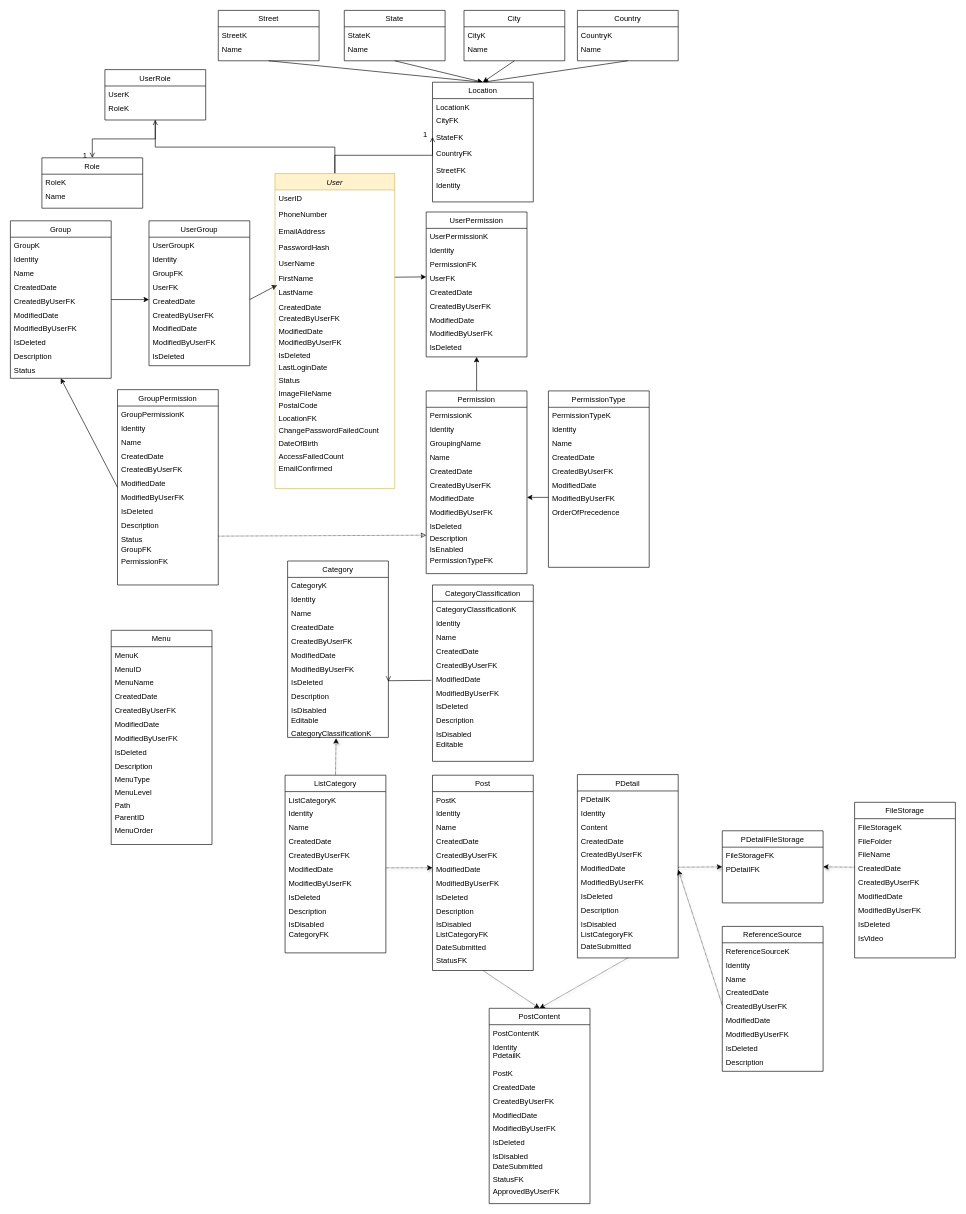
This is Untitled Diagram.drawio from KimPhiJSCDVLP/DemoGitHub, a draw.io file, before an edit. Source tidied: cells renumbered, new cells numbered last; positions are measured from the earlier drawing's top-left corner, leaving out a move shared by most shapes. Both pictures are drawn from the tidied source at 63%, with x=0, y=0 at pixel (10, 10).
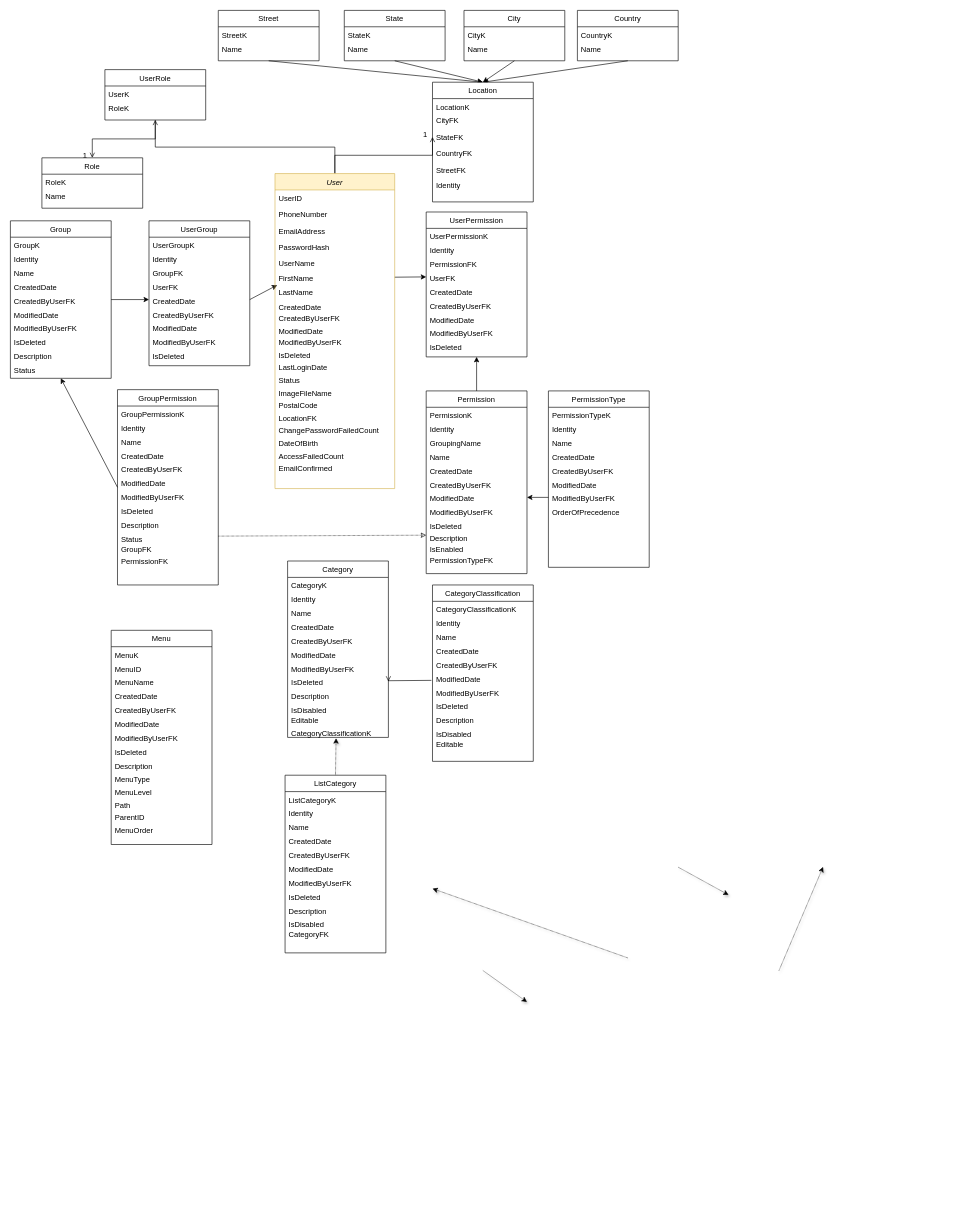
The same page after the edit.

Unchanged cells that the change refers to:
```xml
<mxCell id="180" value="ModifiedDate" style="text;align=left;verticalAlign=top;spacingLeft=4;spacingRight=4;overflow=hidden;points=[[0,0.5],[1,0.5]];portConstraint=eastwest;rounded=0;shadow=0;html=0;" parent="174" vertex="1">
  <mxGeometry y="136" width="160" height="22" as="geometry" />
</mxCell>
```

Diff of the diagram source:
```diff
@@
-    <mxCell id="158" value="Post" style="swimlane;fontStyle=0;align=center;verticalAlign=top;horizontal=1;startSize=26;rounded=0;shadow=0;strokeWidth=1;" parent="1" vertex="1">
-      <mxGeometry x="670" y="1214" width="160" height="310" as="geometry" />
-    </mxCell>
-    <mxCell id="159" value="PostK" style="text;align=left;verticalAlign=top;spacingLeft=4;spacingRight=4;overflow=hidden;" parent="158" vertex="1">
-      <mxGeometry y="26" width="160" height="22" as="geometry" />
-    </mxCell>
-    <mxCell id="160" value="Identity" style="text;align=left;verticalAlign=top;spacingLeft=4;spacingRight=4;overflow=hidden;rounded=0;shadow=0;html=0;" parent="158" vertex="1">
-      <mxGeometry y="48" width="160" height="22" as="geometry" />
-    </mxCell>
-    <mxCell id="161" value="Name" style="text;align=left;verticalAlign=top;spacingLeft=4;spacingRight=4;overflow=hidden;rounded=0;shadow=0;html=0;" parent="158" vertex="1">
-      <mxGeometry y="70" width="160" height="22" as="geometry" />
-    </mxCell>
-    <mxCell id="162" value="CreatedDate" style="text;align=left;verticalAlign=top;spacingLeft=4;spacingRight=4;overflow=hidden;rounded=0;shadow=0;html=0;" parent="158" vertex="1">
-      <mxGeometry y="92" width="160" height="22" as="geometry" />
-    </mxCell>
-    <mxCell id="163" value="CreatedByUserFK" style="text;align=left;verticalAlign=top;spacingLeft=4;spacingRight=4;overflow=hidden;rounded=0;shadow=0;html=0;" parent="158" vertex="1">
-      <mxGeometry y="114" width="160" height="22" as="geometry" />
-    </mxCell>
-    <mxCell id="164" value="ModifiedDate" style="text;align=left;verticalAlign=top;spacingLeft=4;spacingRight=4;overflow=hidden;points=[[0,0.5],[1,0.5]];portConstraint=eastwest;rounded=0;shadow=0;html=0;" parent="158" vertex="1">
-      <mxGeometry y="136" width="160" height="22" as="geometry" />
-    </mxCell>
-    <mxCell id="165" value="ModifiedByUserFK" style="text;align=left;verticalAlign=top;spacingLeft=4;spacingRight=4;overflow=hidden;rounded=0;shadow=0;html=0;" parent="158" vertex="1">
-      <mxGeometry y="158" width="160" height="22" as="geometry" />
-    </mxCell>
-    <mxCell id="166" value="IsDeleted" style="text;align=left;verticalAlign=top;spacingLeft=4;spacingRight=4;overflow=hidden;rounded=0;shadow=0;html=0;" parent="158" vertex="1">
-      <mxGeometry y="180" width="160" height="22" as="geometry" />
-    </mxCell>
-    <mxCell id="167" value="Description" style="text;align=left;verticalAlign=top;spacingLeft=4;spacingRight=4;overflow=hidden;rounded=0;shadow=0;html=0;" parent="158" vertex="1">
-      <mxGeometry y="202" width="160" height="22" as="geometry" />
-    </mxCell>
-    <mxCell id="168" value="IsDisabled" style="text;align=left;verticalAlign=top;spacingLeft=4;spacingRight=4;overflow=hidden;rounded=0;shadow=0;html=0;" parent="158" vertex="1">
-      <mxGeometry y="224" width="160" height="16" as="geometry" />
-    </mxCell>
-    <mxCell id="169" value="ListCategoryFK" style="text;align=left;verticalAlign=top;spacingLeft=4;spacingRight=4;overflow=hidden;rounded=0;shadow=0;html=0;" parent="158" vertex="1">
-      <mxGeometry y="240" width="160" height="20" as="geometry" />
-    </mxCell>
-    <mxCell id="170" value="DateSubmitted" style="text;align=left;verticalAlign=top;spacingLeft=4;spacingRight=4;overflow=hidden;rounded=0;shadow=0;html=0;" parent="158" vertex="1">
-      <mxGeometry y="260" width="160" height="20" as="geometry" />
-    </mxCell>
-    <mxCell id="171" value="StatusFK" style="text;align=left;verticalAlign=top;spacingLeft=4;spacingRight=4;overflow=hidden;rounded=0;shadow=0;html=0;" parent="158" vertex="1">
-      <mxGeometry y="280" width="160" height="20" as="geometry" />
-    </mxCell>
-    <mxCell id="172" style="endArrow=classic;html=1;shadow=1;dashed=1;dashPattern=1 1;entryX=0.5;entryY=0;entryDx=0;entryDy=0;exitX=0.5;exitY=1;exitDx=0;exitDy=0;" parent="1" edge="1" source="215" target="187">
-      <mxGeometry relative="1" as="geometry" />
+    <mxCell id="172" style="endArrow=classic;html=1;shadow=1;dashed=1;dashPattern=1 1;entryX=0.5;entryY=0;entryDx=0;entryDy=0;exitX=0.5;exitY=1;exitDx=0;exitDy=0;" parent="1" edge="1">
+      <mxGeometry relative="1" as="geometry">
+        <mxPoint x="980" y="1504" as="sourcePoint" />
+        <mxPoint x="670" y="1394" as="targetPoint" />
+      </mxGeometry>
     </mxCell>
-    <mxCell id="173" style="endArrow=classic;html=1;shadow=1;dashed=1;dashPattern=1 1;exitX=1;exitY=0.5;exitDx=0;exitDy=0;entryX=0;entryY=0.5;entryDx=0;entryDy=0;" parent="1" edge="1" source="180" target="164">
-      <mxGeometry relative="1" as="geometry" />
-    </mxCell>
@@
-    <mxCell id="186" style="endArrow=classic;html=1;shadow=1;dashed=1;dashPattern=1 1;exitX=0.5;exitY=1;exitDx=0;exitDy=0;entryX=0.5;entryY=0;entryDx=0;entryDy=0;" parent="1" edge="1" source="158" target="187">
-      <mxGeometry relative="1" as="geometry" />
+    <mxCell id="186" style="endArrow=classic;html=1;shadow=1;dashed=1;dashPattern=1 1;exitX=0.5;exitY=1;exitDx=0;exitDy=0;entryX=0.5;entryY=0;entryDx=0;entryDy=0;" parent="1" edge="1">
+      <mxGeometry relative="1" as="geometry">
+        <mxPoint x="750" y="1524" as="sourcePoint" />
+        <mxPoint x="820" y="1574" as="targetPoint" />
+      </mxGeometry>
     </mxCell>
-    <mxCell id="187" value="PostContent" style="swimlane;fontStyle=0;align=center;verticalAlign=top;horizontal=1;startSize=26;rounded=0;shadow=0;strokeWidth=1;" parent="1" vertex="1">
-      <mxGeometry x="760" y="1584" width="160" height="310" as="geometry" />
-    </mxCell>
-    <mxCell id="188" value="PostContentK" style="text;align=left;verticalAlign=top;spacingLeft=4;spacingRight=4;overflow=hidden;" parent="187" vertex="1">
-      <mxGeometry y="26" width="160" height="22" as="geometry" />
-    </mxCell>
-    <mxCell id="189" value="Identity&#10;PdetailK" style="text;align=left;verticalAlign=top;spacingLeft=4;spacingRight=4;overflow=hidden;rounded=0;shadow=0;html=0;" parent="187" vertex="1">
-      <mxGeometry y="48" width="160" height="42" as="geometry" />
-    </mxCell>
-    <mxCell id="190" value="PostK" style="text;align=left;verticalAlign=top;spacingLeft=4;spacingRight=4;overflow=hidden;rounded=0;shadow=0;html=0;" parent="187" vertex="1">
-      <mxGeometry y="90" width="160" height="22" as="geometry" />
-    </mxCell>
-    <mxCell id="191" value="CreatedDate" style="text;align=left;verticalAlign=top;spacingLeft=4;spacingRight=4;overflow=hidden;rounded=0;shadow=0;html=0;" parent="187" vertex="1">
-      <mxGeometry y="112" width="160" height="22" as="geometry" />
-    </mxCell>
-    <mxCell id="192" value="CreatedByUserFK" style="text;align=left;verticalAlign=top;spacingLeft=4;spacingRight=4;overflow=hidden;rounded=0;shadow=0;html=0;" parent="187" vertex="1">
-      <mxGeometry y="134" width="160" height="22" as="geometry" />
-    </mxCell>
-    <mxCell id="193" value="ModifiedDate" style="text;align=left;verticalAlign=top;spacingLeft=4;spacingRight=4;overflow=hidden;rounded=0;shadow=0;html=0;" parent="187" vertex="1">
-      <mxGeometry y="156" width="160" height="22" as="geometry" />
-    </mxCell>
-    <mxCell id="194" value="ModifiedByUserFK" style="text;align=left;verticalAlign=top;spacingLeft=4;spacingRight=4;overflow=hidden;rounded=0;shadow=0;html=0;" parent="187" vertex="1">
-      <mxGeometry y="178" width="160" height="22" as="geometry" />
-    </mxCell>
-    <mxCell id="195" value="IsDeleted" style="text;align=left;verticalAlign=top;spacingLeft=4;spacingRight=4;overflow=hidden;rounded=0;shadow=0;html=0;" parent="187" vertex="1">
-      <mxGeometry y="200" width="160" height="22" as="geometry" />
-    </mxCell>
-    <mxCell id="196" value="IsDisabled" style="text;align=left;verticalAlign=top;spacingLeft=4;spacingRight=4;overflow=hidden;rounded=0;shadow=0;html=0;" parent="187" vertex="1">
-      <mxGeometry y="222" width="160" height="16" as="geometry" />
-    </mxCell>
-    <mxCell id="197" value="DateSubmitted" style="text;align=left;verticalAlign=top;spacingLeft=4;spacingRight=4;overflow=hidden;rounded=0;shadow=0;html=0;" parent="187" vertex="1">
-      <mxGeometry y="238" width="160" height="20" as="geometry" />
-    </mxCell>
-    <mxCell id="198" value="StatusFK" style="text;align=left;verticalAlign=top;spacingLeft=4;spacingRight=4;overflow=hidden;rounded=0;shadow=0;html=0;" parent="187" vertex="1">
-      <mxGeometry y="258" width="160" height="20" as="geometry" />
-    </mxCell>
-    <mxCell id="199" value="ApprovedByUserFK" style="text;align=left;verticalAlign=top;spacingLeft=4;spacingRight=4;overflow=hidden;rounded=0;shadow=0;html=0;" parent="187" vertex="1">
-      <mxGeometry y="278" width="160" height="20" as="geometry" />
-    </mxCell>
-    <mxCell id="200" value="FileStorage" style="swimlane;fontStyle=0;align=center;verticalAlign=top;horizontal=1;startSize=26;rounded=0;shadow=0;strokeWidth=1;" parent="1" vertex="1">
-      <mxGeometry x="1340" y="1257" width="160" height="247" as="geometry" />
-    </mxCell>
-    <mxCell id="201" value="FileStorageK" style="text;align=left;verticalAlign=top;spacingLeft=4;spacingRight=4;overflow=hidden;" parent="200" vertex="1">
-      <mxGeometry y="26" width="160" height="22" as="geometry" />
-    </mxCell>
-    <mxCell id="202" value="FileFolder" style="text;align=left;verticalAlign=top;spacingLeft=4;spacingRight=4;overflow=hidden;rounded=0;shadow=0;html=0;" parent="200" vertex="1">
-      <mxGeometry y="48" width="160" height="22" as="geometry" />
-    </mxCell>
-    <mxCell id="203" value="FileName" style="text;align=left;verticalAlign=top;spacingLeft=4;spacingRight=4;overflow=hidden;rounded=0;shadow=0;html=0;" parent="200" vertex="1">
-      <mxGeometry y="70" width="160" height="22" as="geometry" />
-    </mxCell>
-    <mxCell id="204" value="CreatedDate" style="text;align=left;verticalAlign=top;spacingLeft=4;spacingRight=4;overflow=hidden;points=[[0,0.5],[1,0.5]];portConstraint=eastwest;rounded=0;shadow=0;html=0;" parent="200" vertex="1">
-      <mxGeometry y="92" width="160" height="22" as="geometry" />
-    </mxCell>
-    <mxCell id="205" value="CreatedByUserFK" style="text;align=left;verticalAlign=top;spacingLeft=4;spacingRight=4;overflow=hidden;rounded=0;shadow=0;html=0;" parent="200" vertex="1">
-      <mxGeometry y="114" width="160" height="22" as="geometry" />
-    </mxCell>
-    <mxCell id="206" value="ModifiedDate" style="text;align=left;verticalAlign=top;spacingLeft=4;spacingRight=4;overflow=hidden;rounded=0;shadow=0;html=0;" parent="200" vertex="1">
-      <mxGeometry y="136" width="160" height="22" as="geometry" />
-    </mxCell>
-    <mxCell id="207" value="ModifiedByUserFK" style="text;align=left;verticalAlign=top;spacingLeft=4;spacingRight=4;overflow=hidden;rounded=0;shadow=0;html=0;" parent="200" vertex="1">
-      <mxGeometry y="158" width="160" height="22" as="geometry" />
-    </mxCell>
-    <mxCell id="208" value="IsDeleted" style="text;align=left;verticalAlign=top;spacingLeft=4;spacingRight=4;overflow=hidden;rounded=0;shadow=0;html=0;" parent="200" vertex="1">
-      <mxGeometry y="180" width="160" height="22" as="geometry" />
-    </mxCell>
-    <mxCell id="209" value="IsVideo" style="text;align=left;verticalAlign=top;spacingLeft=4;spacingRight=4;overflow=hidden;rounded=0;shadow=0;html=0;" parent="200" vertex="1">
-      <mxGeometry y="202" width="160" height="22" as="geometry" />
-    </mxCell>
-    <mxCell id="210" style="endArrow=classic;html=1;shadow=1;dashed=1;dashPattern=1 1;exitX=1;exitY=0.5;exitDx=0;exitDy=0;entryX=0;entryY=0.5;entryDx=0;entryDy=0;" parent="1" edge="1" source="221" target="211">
-      <mxGeometry relative="1" as="geometry" />
+    <mxCell id="210" style="endArrow=classic;html=1;shadow=1;dashed=1;dashPattern=1 1;exitX=1;exitY=0.5;exitDx=0;exitDy=0;entryX=0;entryY=0.5;entryDx=0;entryDy=0;" parent="1" edge="1">
+      <mxGeometry relative="1" as="geometry">
+        <mxPoint x="1060" y="1360" as="sourcePoint" />
+        <mxPoint x="1140" y="1404" as="targetPoint" />
+      </mxGeometry>
     </mxCell>
-    <mxCell id="211" value="PDetailFileStorage" style="swimlane;fontStyle=0;align=center;verticalAlign=top;horizontal=1;startSize=26;rounded=0;shadow=0;strokeWidth=1;" parent="1" vertex="1">
-      <mxGeometry x="1130" y="1302.2" width="160" height="114.5" as="geometry" />
-    </mxCell>
-    <mxCell id="212" value="FileStorageFK" style="text;align=left;verticalAlign=top;spacingLeft=4;spacingRight=4;overflow=hidden;" parent="211" vertex="1">
-      <mxGeometry y="26" width="160" height="22" as="geometry" />
-    </mxCell>
-    <mxCell id="213" value="PDetailFK" style="text;align=left;verticalAlign=top;spacingLeft=4;spacingRight=4;overflow=hidden;rounded=0;shadow=0;html=0;" parent="211" vertex="1">
-      <mxGeometry y="48" width="160" height="22" as="geometry" />
-    </mxCell>
-    <mxCell id="214" style="endArrow=classic;html=1;shadow=1;dashed=1;dashPattern=1 1;exitX=0;exitY=0.5;exitDx=0;exitDy=0;entryX=1;entryY=0.5;entryDx=0;entryDy=0;" parent="1" edge="1" source="204" target="211">
-      <mxGeometry relative="1" as="geometry" />
+    <mxCell id="214" style="endArrow=classic;html=1;shadow=1;dashed=1;dashPattern=1 1;exitX=0;exitY=0.5;exitDx=0;exitDy=0;entryX=1;entryY=0.5;entryDx=0;entryDy=0;" parent="1" edge="1">
+      <mxGeometry relative="1" as="geometry">
+        <mxPoint x="1220" y="1524" as="sourcePoint" />
+        <mxPoint x="1290" y="1359.5" as="targetPoint" />
+      </mxGeometry>
     </mxCell>
-    <mxCell id="215" value="PDetail" style="swimlane;fontStyle=0;align=center;verticalAlign=top;horizontal=1;startSize=26;rounded=0;shadow=0;strokeWidth=1;" parent="1" vertex="1">
-      <mxGeometry x="900" y="1213" width="160" height="291" as="geometry" />
-    </mxCell>
-    <mxCell id="216" value="PDetailK" style="text;align=left;verticalAlign=top;spacingLeft=4;spacingRight=4;overflow=hidden;" parent="215" vertex="1">
-      <mxGeometry y="26" width="160" height="22" as="geometry" />
-    </mxCell>
-    <mxCell id="217" value="Identity" style="text;align=left;verticalAlign=top;spacingLeft=4;spacingRight=4;overflow=hidden;rounded=0;shadow=0;html=0;" parent="215" vertex="1">
-      <mxGeometry y="48" width="160" height="22" as="geometry" />
-    </mxCell>
-    <mxCell id="218" value="Content" style="text;align=left;verticalAlign=top;spacingLeft=4;spacingRight=4;overflow=hidden;rounded=0;shadow=0;html=0;" parent="215" vertex="1">
-      <mxGeometry y="70" width="160" height="22" as="geometry" />
-    </mxCell>
-    <mxCell id="219" value="CreatedDate" style="text;align=left;verticalAlign=top;spacingLeft=4;spacingRight=4;overflow=hidden;rounded=0;shadow=0;html=0;" parent="215" vertex="1">
-      <mxGeometry y="92" width="160" height="22" as="geometry" />
-    </mxCell>
-    <mxCell id="220" value="CreatedByUserFK" style="text;align=left;verticalAlign=top;spacingLeft=4;spacingRight=4;overflow=hidden;rounded=0;shadow=0;html=0;" parent="215" vertex="1">
-      <mxGeometry y="114" width="160" height="22" as="geometry" />
-    </mxCell>
-    <mxCell id="221" value="ModifiedDate" style="text;align=left;verticalAlign=top;spacingLeft=4;spacingRight=4;overflow=hidden;points=[[0,0.5],[1,0.5]];portConstraint=eastwest;rounded=0;shadow=0;html=0;" parent="215" vertex="1">
-      <mxGeometry y="136" width="160" height="22" as="geometry" />
-    </mxCell>
-    <mxCell id="222" value="ModifiedByUserFK" style="text;align=left;verticalAlign=top;spacingLeft=4;spacingRight=4;overflow=hidden;rounded=0;shadow=0;html=0;" parent="215" vertex="1">
-      <mxGeometry y="158" width="160" height="22" as="geometry" />
-    </mxCell>
-    <mxCell id="223" value="IsDeleted" style="text;align=left;verticalAlign=top;spacingLeft=4;spacingRight=4;overflow=hidden;rounded=0;shadow=0;html=0;" parent="215" vertex="1">
-      <mxGeometry y="180" width="160" height="22" as="geometry" />
-    </mxCell>
-    <mxCell id="224" value="Description" style="text;align=left;verticalAlign=top;spacingLeft=4;spacingRight=4;overflow=hidden;rounded=0;shadow=0;html=0;" parent="215" vertex="1">
-      <mxGeometry y="202" width="160" height="22" as="geometry" />
-    </mxCell>
-    <mxCell id="225" value="IsDisabled" style="text;align=left;verticalAlign=top;spacingLeft=4;spacingRight=4;overflow=hidden;rounded=0;shadow=0;html=0;" parent="215" vertex="1">
-      <mxGeometry y="224" width="160" height="16" as="geometry" />
-    </mxCell>
-    <mxCell id="226" value="ListCategoryFK" style="text;align=left;verticalAlign=top;spacingLeft=4;spacingRight=4;overflow=hidden;rounded=0;shadow=0;html=0;" parent="215" vertex="1">
-      <mxGeometry y="240" width="160" height="20" as="geometry" />
-    </mxCell>
-    <mxCell id="227" value="DateSubmitted" style="text;align=left;verticalAlign=top;spacingLeft=4;spacingRight=4;overflow=hidden;rounded=0;shadow=0;html=0;" parent="215" vertex="1">
-      <mxGeometry y="260" width="160" height="20" as="geometry" />
-    </mxCell>
-    <mxCell id="228" value="ReferenceSource" style="swimlane;fontStyle=0;align=center;verticalAlign=top;horizontal=1;startSize=26;rounded=0;shadow=0;strokeWidth=1;" parent="1" vertex="1">
-      <mxGeometry x="1130" y="1454" width="160" height="230" as="geometry" />
-    </mxCell>
-    <mxCell id="229" value="ReferenceSourceK" style="text;align=left;verticalAlign=top;spacingLeft=4;spacingRight=4;overflow=hidden;" parent="228" vertex="1">
-      <mxGeometry y="26" width="160" height="22" as="geometry" />
-    </mxCell>
-    <mxCell id="230" value="Identity" style="text;align=left;verticalAlign=top;spacingLeft=4;spacingRight=4;overflow=hidden;rounded=0;shadow=0;html=0;" parent="228" vertex="1">
-      <mxGeometry y="48" width="160" height="22" as="geometry" />
-    </mxCell>
-    <mxCell id="231" value="Name" style="text;align=left;verticalAlign=top;spacingLeft=4;spacingRight=4;overflow=hidden;rounded=0;shadow=0;html=0;" parent="228" vertex="1">
-      <mxGeometry y="70" width="160" height="22" as="geometry" />
-    </mxCell>
-    <mxCell id="232" value="CreatedDate" style="text;align=left;verticalAlign=top;spacingLeft=4;spacingRight=4;overflow=hidden;rounded=0;shadow=0;html=0;" parent="228" vertex="1">
-      <mxGeometry y="92" width="160" height="22" as="geometry" />
-    </mxCell>
-    <mxCell id="233" value="CreatedByUserFK" style="text;align=left;verticalAlign=top;spacingLeft=4;spacingRight=4;overflow=hidden;points=[[0,0.5],[1,0.5]];portConstraint=eastwest;rounded=0;shadow=0;html=0;" parent="228" vertex="1">
-      <mxGeometry y="114" width="160" height="22" as="geometry" />
-    </mxCell>
-    <mxCell id="234" value="ModifiedDate" style="text;align=left;verticalAlign=top;spacingLeft=4;spacingRight=4;overflow=hidden;rounded=0;shadow=0;html=0;" parent="228" vertex="1">
-      <mxGeometry y="136" width="160" height="22" as="geometry" />
-    </mxCell>
-    <mxCell id="235" value="ModifiedByUserFK" style="text;align=left;verticalAlign=top;spacingLeft=4;spacingRight=4;overflow=hidden;rounded=0;shadow=0;html=0;" parent="228" vertex="1">
-      <mxGeometry y="158" width="160" height="22" as="geometry" />
-    </mxCell>
-    <mxCell id="236" value="IsDeleted" style="text;align=left;verticalAlign=top;spacingLeft=4;spacingRight=4;overflow=hidden;rounded=0;shadow=0;html=0;" parent="228" vertex="1">
-      <mxGeometry y="180" width="160" height="22" as="geometry" />
-    </mxCell>
-    <mxCell id="237" value="Description" style="text;align=left;verticalAlign=top;spacingLeft=4;spacingRight=4;overflow=hidden;rounded=0;shadow=0;html=0;" parent="228" vertex="1">
-      <mxGeometry y="202" width="160" height="22" as="geometry" />
-    </mxCell>
-    <mxCell id="238" style="endArrow=classic;html=1;shadow=1;dashed=1;dashPattern=1 1;exitX=0;exitY=0.5;exitDx=0;exitDy=0;" parent="1" edge="1" source="233">
-      <mxGeometry relative="1" as="geometry">
-        <mxPoint x="1060" y="1364" as="targetPoint" />
-      </mxGeometry>
-    </mxCell>
```
